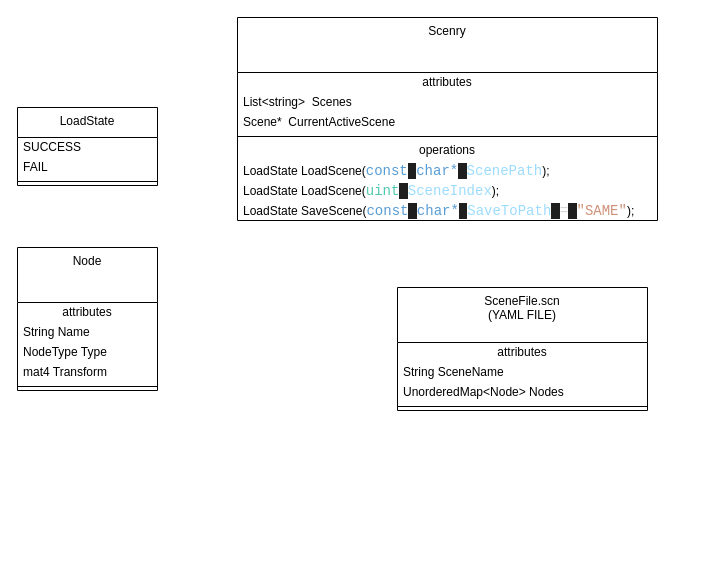
mrOsamaIsmail/Scnary keeps this draw.io diagram as Scene File struction.drawio. Above is the earlier version. Source tidied: cells renumbered, new cells numbered last; positions are measured from the earlier drawing's top-left corner, leaving out a move shared by most shapes. Both pictures are drawn from the tidied source at 100%, with x=0, y=0 at pixel (17, 17).
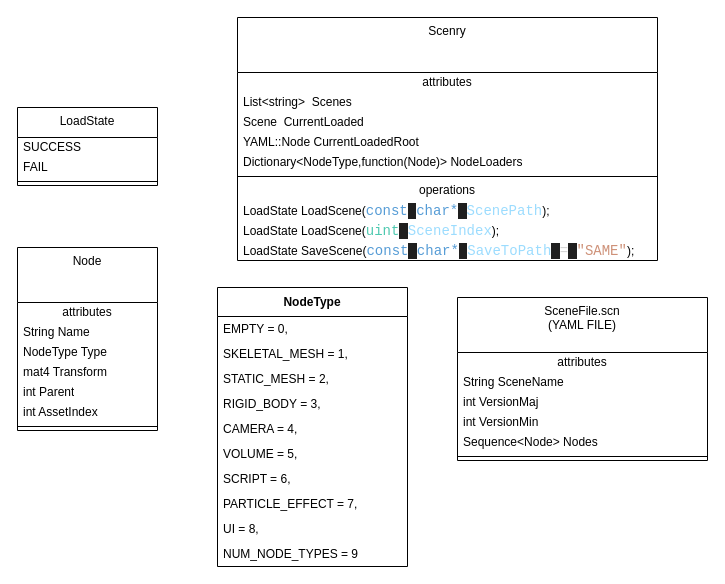
Above is the later version.

The edit, as a diff of the source:
```diff
@@
     <mxCell id="2" value="SceneFile.scn&lt;div&gt;(YAML FILE)&lt;/div&gt;" style="swimlane;fontStyle=0;align=center;verticalAlign=top;horizontal=1;startSize=55;html=1;whiteSpace=wrap;" parent="1" vertex="1">
-      <mxGeometry x="380" y="270" width="250" height="123" as="geometry" />
+      <mxGeometry x="440" y="280" width="250" height="163" as="geometry" />
     </mxCell>
@@
+    <mxCell id="26" value="int VersionMaj" style="text;html=1;strokeColor=none;fillColor=none;align=left;verticalAlign=middle;spacingLeft=4;spacingRight=4;overflow=hidden;whiteSpace=wrap;" parent="2" vertex="1">
+      <mxGeometry y="95" width="250" height="20" as="geometry" />
+    </mxCell>
+    <mxCell id="27" value="int VersionMin" style="text;html=1;strokeColor=none;fillColor=none;align=left;verticalAlign=middle;spacingLeft=4;spacingRight=4;overflow=hidden;whiteSpace=wrap;" parent="2" vertex="1">
+      <mxGeometry y="115" width="250" height="20" as="geometry" />
+    </mxCell>
-    <mxCell id="5" value="UnorderedMap&amp;lt;Node&amp;gt; Nodes" style="text;html=1;strokeColor=none;fillColor=none;align=left;verticalAlign=middle;spacingLeft=4;spacingRight=4;overflow=hidden;whiteSpace=wrap;" parent="2" vertex="1">
-      <mxGeometry y="95" width="250" height="20" as="geometry" />
+    <mxCell id="5" value="Sequence&amp;lt;Node&amp;gt; Nodes" style="text;html=1;strokeColor=none;fillColor=none;align=left;verticalAlign=middle;spacingLeft=4;spacingRight=4;overflow=hidden;whiteSpace=wrap;" parent="2" vertex="1">
+      <mxGeometry y="135" width="250" height="20" as="geometry" />
     </mxCell>
     <mxCell id="6" style="line;strokeWidth=1;fillColor=none;align=left;verticalAlign=middle;spacingTop=-1;spacingLeft=3;spacingRight=3;labelPosition=right;" parent="2" vertex="1">
-      <mxGeometry y="115" width="250" height="8" as="geometry" />
+      <mxGeometry y="155" width="250" height="8" as="geometry" />
     </mxCell>
     <mxCell id="7" value="Node" style="swimlane;fontStyle=0;align=center;verticalAlign=top;horizontal=1;startSize=55;html=1;whiteSpace=wrap;" parent="1" vertex="1">
-      <mxGeometry y="230" width="140" height="143" as="geometry" />
+      <mxGeometry y="230" width="140" height="183" as="geometry" />
     </mxCell>
@@
+    <mxCell id="28" value="int Parent" style="text;html=1;strokeColor=none;fillColor=none;align=left;verticalAlign=middle;spacingLeft=4;spacingRight=4;overflow=hidden;whiteSpace=wrap;" parent="7" vertex="1">
+      <mxGeometry y="135" width="140" height="20" as="geometry" />
+    </mxCell>
+    <mxCell id="29" value="int AssetIndex" style="text;html=1;strokeColor=none;fillColor=none;align=left;verticalAlign=middle;spacingLeft=4;spacingRight=4;overflow=hidden;whiteSpace=wrap;" parent="7" vertex="1">
+      <mxGeometry y="155" width="140" height="20" as="geometry" />
+    </mxCell>
     <mxCell id="12" style="line;strokeWidth=1;fillColor=none;align=left;verticalAlign=middle;spacingTop=-1;spacingLeft=3;spacingRight=3;labelPosition=right;" parent="7" vertex="1">
-      <mxGeometry y="135" width="140" height="8" as="geometry" />
+      <mxGeometry y="175" width="140" height="8" as="geometry" />
     </mxCell>
     <mxCell id="13" value="Scenry" style="swimlane;fontStyle=0;align=center;verticalAlign=top;horizontal=1;startSize=55;html=1;whiteSpace=wrap;" parent="1" vertex="1">
-      <mxGeometry x="220" width="420" height="203" as="geometry" />
+      <mxGeometry x="220" width="420" height="243" as="geometry" />
     </mxCell>
@@
-    <mxCell id="16" value="Scene*&amp;nbsp; CurrentActiveScene" style="text;html=1;strokeColor=none;fillColor=none;align=left;verticalAlign=middle;spacingLeft=4;spacingRight=4;overflow=hidden;whiteSpace=wrap;" parent="13" vertex="1">
+    <mxCell id="16" value="Scene&amp;nbsp; CurrentLoaded" style="text;html=1;strokeColor=none;fillColor=none;align=left;verticalAlign=middle;spacingLeft=4;spacingRight=4;overflow=hidden;whiteSpace=wrap;" parent="13" vertex="1">
       <mxGeometry y="95" width="420" height="20" as="geometry" />
     </mxCell>
+    <mxCell id="30" value="YAML::Node&amp;nbsp;CurrentLoadedRoot" style="text;html=1;strokeColor=none;fillColor=none;align=left;verticalAlign=middle;spacingLeft=4;spacingRight=4;overflow=hidden;whiteSpace=wrap;" parent="13" vertex="1">
+      <mxGeometry y="115" width="420" height="20" as="geometry" />
+    </mxCell>
+    <mxCell id="31" value="Dictionary&amp;lt;NodeType,function(Node)&amp;gt; NodeLoaders" style="text;html=1;strokeColor=none;fillColor=none;align=left;verticalAlign=middle;spacingLeft=4;spacingRight=4;overflow=hidden;whiteSpace=wrap;" parent="13" vertex="1">
+      <mxGeometry y="135" width="420" height="20" as="geometry" />
+    </mxCell>
     <mxCell id="17" style="line;strokeWidth=1;fillColor=none;align=left;verticalAlign=middle;spacingTop=-1;spacingLeft=3;spacingRight=3;labelPosition=right;" parent="13" vertex="1">
-      <mxGeometry y="115" width="420" height="8" as="geometry" />
+      <mxGeometry y="155" width="420" height="8" as="geometry" />
     </mxCell>
     <mxCell id="18" value="operations" style="text;html=1;strokeColor=none;fillColor=none;align=center;verticalAlign=middle;spacingLeft=4;spacingRight=4;overflow=hidden;whiteSpace=wrap;" parent="13" vertex="1">
-      <mxGeometry y="123" width="420" height="20" as="geometry" />
+      <mxGeometry y="163" width="420" height="20" as="geometry" />
     </mxCell>
     <mxCell id="19" value="LoadState LoadScene(&lt;span style=&quot;font-family: Consolas, &amp;quot;Courier New&amp;quot;, monospace; font-size: 14px; white-space: pre; color: rgb(86, 156, 214);&quot;&gt;const&lt;/span&gt;&lt;span style=&quot;background-color: rgb(31, 31, 31); color: rgb(204, 204, 204); font-family: Consolas, &amp;quot;Courier New&amp;quot;, monospace; font-size: 14px; white-space: pre;&quot;&gt; &lt;/span&gt;&lt;span style=&quot;font-family: Consolas, &amp;quot;Courier New&amp;quot;, monospace; font-size: 14px; white-space: pre; color: rgb(86, 156, 214);&quot;&gt;char*&lt;/span&gt;&lt;span style=&quot;background-color: rgb(31, 31, 31); color: rgb(204, 204, 204); font-family: Consolas, &amp;quot;Courier New&amp;quot;, monospace; font-size: 14px; white-space: pre;&quot;&gt; &lt;/span&gt;&lt;span style=&quot;font-family: Consolas, &amp;quot;Courier New&amp;quot;, monospace; font-size: 14px; white-space: pre; color: rgb(156, 220, 254);&quot;&gt;ScenePath&lt;/span&gt;&lt;span style=&quot;background-color: initial;&quot;&gt;);&lt;/span&gt;" style="text;html=1;strokeColor=none;fillColor=none;align=left;verticalAlign=middle;spacingLeft=4;spacingRight=4;overflow=hidden;whiteSpace=wrap;" parent="13" vertex="1">
-      <mxGeometry y="143" width="420" height="20" as="geometry" />
+      <mxGeometry y="183" width="420" height="20" as="geometry" />
     </mxCell>
     <mxCell id="20" value="LoadState LoadScene(&lt;span style=&quot;font-family: Consolas, &amp;quot;Courier New&amp;quot;, monospace; font-size: 14px; white-space: pre; color: rgb(78, 201, 176);&quot;&gt;uint&lt;/span&gt;&lt;span style=&quot;background-color: rgb(31, 31, 31); color: rgb(204, 204, 204); font-family: Consolas, &amp;quot;Courier New&amp;quot;, monospace; font-size: 14px; white-space: pre;&quot;&gt; &lt;/span&gt;&lt;span style=&quot;font-family: Consolas, &amp;quot;Courier New&amp;quot;, monospace; font-size: 14px; white-space: pre; color: rgb(156, 220, 254);&quot;&gt;SceneIndex&lt;/span&gt;&lt;span style=&quot;background-color: initial;&quot;&gt;);&lt;/span&gt;" style="text;html=1;strokeColor=none;fillColor=none;align=left;verticalAlign=middle;spacingLeft=4;spacingRight=4;overflow=hidden;whiteSpace=wrap;" parent="13" vertex="1">
-      <mxGeometry y="163" width="420" height="20" as="geometry" />
+      <mxGeometry y="203" width="420" height="20" as="geometry" />
     </mxCell>
     <mxCell id="21" value="LoadState SaveScene(&lt;span style=&quot;font-family: Consolas, &amp;quot;Courier New&amp;quot;, monospace; font-size: 14px; white-space: pre; color: rgb(86, 156, 214);&quot;&gt;const&lt;/span&gt;&lt;span style=&quot;background-color: rgb(31, 31, 31); color: rgb(204, 204, 204); font-family: Consolas, &amp;quot;Courier New&amp;quot;, monospace; font-size: 14px; white-space: pre;&quot;&gt; &lt;/span&gt;&lt;span style=&quot;font-family: Consolas, &amp;quot;Courier New&amp;quot;, monospace; font-size: 14px; white-space: pre; color: rgb(86, 156, 214);&quot;&gt;char*&lt;/span&gt;&lt;span style=&quot;background-color: rgb(31, 31, 31); color: rgb(204, 204, 204); font-family: Consolas, &amp;quot;Courier New&amp;quot;, monospace; font-size: 14px; white-space: pre;&quot;&gt; &lt;/span&gt;&lt;span style=&quot;font-family: Consolas, &amp;quot;Courier New&amp;quot;, monospace; font-size: 14px; white-space: pre; color: rgb(156, 220, 254);&quot;&gt;SaveToPath&lt;/span&gt;&lt;span style=&quot;background-color: rgb(31, 31, 31); color: rgb(204, 204, 204); font-family: Consolas, &amp;quot;Courier New&amp;quot;, monospace; font-size: 14px; white-space: pre;&quot;&gt; &lt;/span&gt;&lt;span style=&quot;font-family: Consolas, &amp;quot;Courier New&amp;quot;, monospace; font-size: 14px; white-space: pre; color: rgb(212, 212, 212);&quot;&gt;=&lt;/span&gt;&lt;span style=&quot;background-color: rgb(31, 31, 31); color: rgb(204, 204, 204); font-family: Consolas, &amp;quot;Courier New&amp;quot;, monospace; font-size: 14px; white-space: pre;&quot;&gt; &lt;/span&gt;&lt;span style=&quot;font-family: Consolas, &amp;quot;Courier New&amp;quot;, monospace; font-size: 14px; white-space: pre; color: rgb(206, 145, 120);&quot;&gt;&quot;SAME&quot;&lt;/span&gt;&lt;span style=&quot;background-color: initial;&quot;&gt;);&lt;/span&gt;" style="text;html=1;strokeColor=none;fillColor=none;align=left;verticalAlign=middle;spacingLeft=4;spacingRight=4;overflow=hidden;whiteSpace=wrap;" parent="13" vertex="1">
-      <mxGeometry y="183" width="420" height="20" as="geometry" />
+      <mxGeometry y="223" width="420" height="20" as="geometry" />
     </mxCell>
@@
+    <mxCell id="32" value="NodeType" style="swimlane;fontStyle=1;align=center;verticalAlign=middle;horizontal=1;startSize=29;html=1;whiteSpace=wrap;" parent="1" vertex="1">
+      <mxGeometry x="200" y="270" width="190" height="279" as="geometry" />
+    </mxCell>
+    <mxCell id="33" value="&lt;div&gt;EMPTY = 0,&lt;/div&gt;" style="text;html=1;strokeColor=none;fillColor=none;align=left;verticalAlign=middle;spacingLeft=4;spacingRight=4;overflow=hidden;whiteSpace=wrap;" parent="32" vertex="1">
+      <mxGeometry y="29" width="190" height="25" as="geometry" />
+    </mxCell>
+    <mxCell id="34" value="&lt;div&gt;SKELETAL_MESH = 1,&lt;/div&gt;" style="text;html=1;strokeColor=none;fillColor=none;align=left;verticalAlign=middle;spacingLeft=4;spacingRight=4;overflow=hidden;whiteSpace=wrap;" parent="32" vertex="1">
+      <mxGeometry y="54" width="190" height="25" as="geometry" />
+    </mxCell>
+    <mxCell id="35" value="&lt;div&gt;STATIC_MESH = 2,&lt;/div&gt;" style="text;html=1;strokeColor=none;fillColor=none;align=left;verticalAlign=middle;spacingLeft=4;spacingRight=4;overflow=hidden;whiteSpace=wrap;" parent="32" vertex="1">
+      <mxGeometry y="79" width="190" height="25" as="geometry" />
+    </mxCell>
+    <mxCell id="36" value="&lt;div&gt;RIGID_BODY = 3,&lt;/div&gt;" style="text;html=1;strokeColor=none;fillColor=none;align=left;verticalAlign=middle;spacingLeft=4;spacingRight=4;overflow=hidden;whiteSpace=wrap;" parent="32" vertex="1">
+      <mxGeometry y="104" width="190" height="25" as="geometry" />
+    </mxCell>
+    <mxCell id="37" value="&lt;div&gt;CAMERA = 4,&lt;/div&gt;" style="text;html=1;strokeColor=none;fillColor=none;align=left;verticalAlign=middle;spacingLeft=4;spacingRight=4;overflow=hidden;whiteSpace=wrap;" parent="32" vertex="1">
+      <mxGeometry y="129" width="190" height="25" as="geometry" />
+    </mxCell>
+    <mxCell id="38" value="&lt;div&gt;VOLUME = 5,&lt;/div&gt;" style="text;html=1;strokeColor=none;fillColor=none;align=left;verticalAlign=middle;spacingLeft=4;spacingRight=4;overflow=hidden;whiteSpace=wrap;" parent="32" vertex="1">
+      <mxGeometry y="154" width="190" height="25" as="geometry" />
+    </mxCell>
+    <mxCell id="39" value="&lt;div&gt;SCRIPT = 6,&lt;/div&gt;" style="text;html=1;strokeColor=none;fillColor=none;align=left;verticalAlign=middle;spacingLeft=4;spacingRight=4;overflow=hidden;whiteSpace=wrap;" parent="32" vertex="1">
+      <mxGeometry y="179" width="190" height="25" as="geometry" />
+    </mxCell>
+    <mxCell id="40" value="&lt;div&gt;PARTICLE_EFFECT = 7,&lt;/div&gt;" style="text;html=1;strokeColor=none;fillColor=none;align=left;verticalAlign=middle;spacingLeft=4;spacingRight=4;overflow=hidden;whiteSpace=wrap;" parent="32" vertex="1">
+      <mxGeometry y="204" width="190" height="25" as="geometry" />
+    </mxCell>
+    <mxCell id="41" value="&lt;div&gt;UI = 8,&lt;/div&gt;" style="text;html=1;strokeColor=none;fillColor=none;align=left;verticalAlign=middle;spacingLeft=4;spacingRight=4;overflow=hidden;whiteSpace=wrap;" parent="32" vertex="1">
+      <mxGeometry y="229" width="190" height="25" as="geometry" />
+    </mxCell>
+    <mxCell id="42" value="NUM_NODE_TYPES = 9" style="text;html=1;strokeColor=none;fillColor=none;align=left;verticalAlign=middle;spacingLeft=4;spacingRight=4;overflow=hidden;whiteSpace=wrap;" parent="32" vertex="1">
+      <mxGeometry y="254" width="190" height="25" as="geometry" />
+    </mxCell>
```
